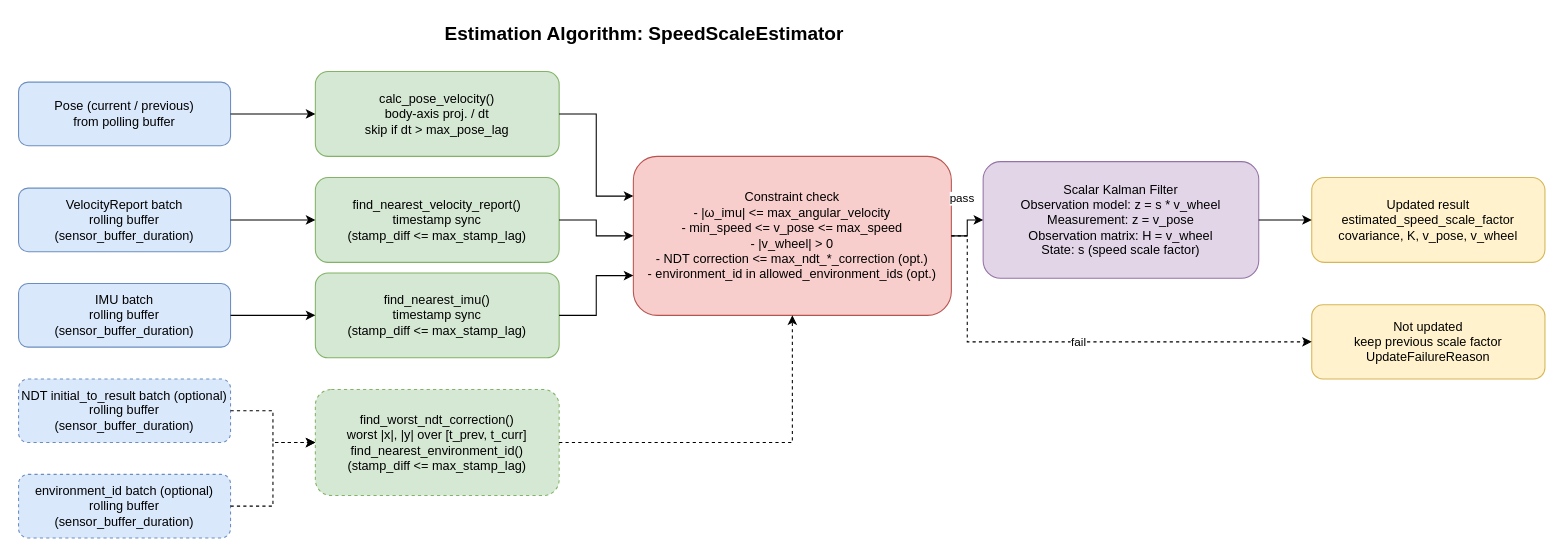
Earlier version of the draw.io diagram sensing/autoware_speed_scale_estimator/docs/block_diagram_algorithm.drawio (Motsu-san/autoware_universe). Source tidied: cells renumbered, new cells numbered last; positions are measured from the earlier drawing's top-left corner, leaving out a move shared by most shapes. Both pictures are drawn from the tidied source at 106%, with x=0, y=0 at pixel (18, 18).
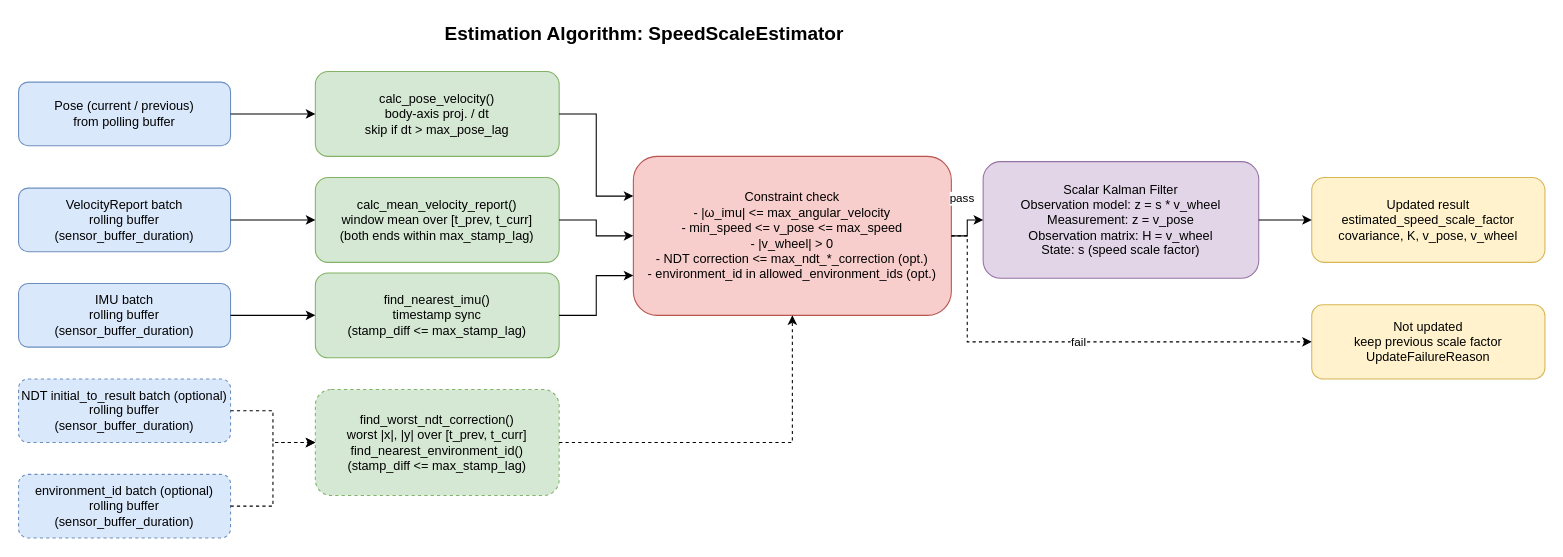
The same diagram, later.

Commit message (it also covers changes not shown here):
docs(speed_scale_estimator): describe interval-averaged wheel velocity

Change to the diagram source:
```diff
@@
-    <mxCell id="7" value="find_nearest_velocity_report()&#10;timestamp sync&#10;(stamp_diff &lt;= max_stamp_lag)" style="rounded=1;whiteSpace=wrap;html=1;fillColor=#d5e8d4;strokeColor=#82b366;" parent="1" vertex="1">
+    <mxCell id="7" value="calc_mean_velocity_report()&#10;window mean over [t_prev, t_curr]&#10;(both ends within max_stamp_lag)" style="rounded=1;whiteSpace=wrap;html=1;fillColor=#d5e8d4;strokeColor=#82b366;" parent="1" vertex="1">
       <mxGeometry x="280" y="150" width="230" height="80" as="geometry" />
     </mxCell>
```
